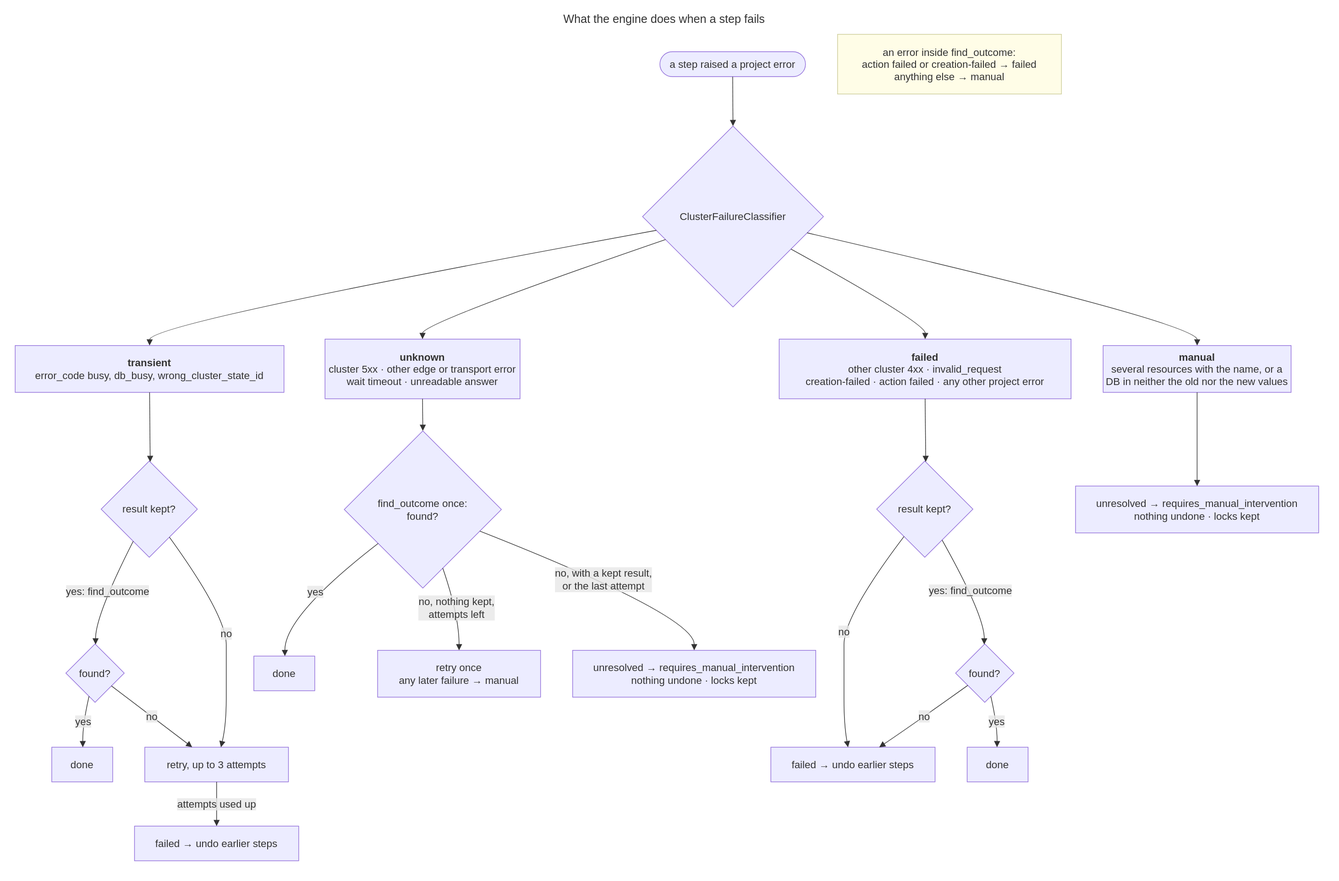
EliShteinman/redis-enterprise-services keeps this draw.io diagram as docs/diagrams/14-flow-failure-classification.drawio.svg. Above is the earlier version. Source tidied: cells renumbered, new cells last; positions are measured from the earlier drawing's top-left corner, leaving out a move shared by most shapes.
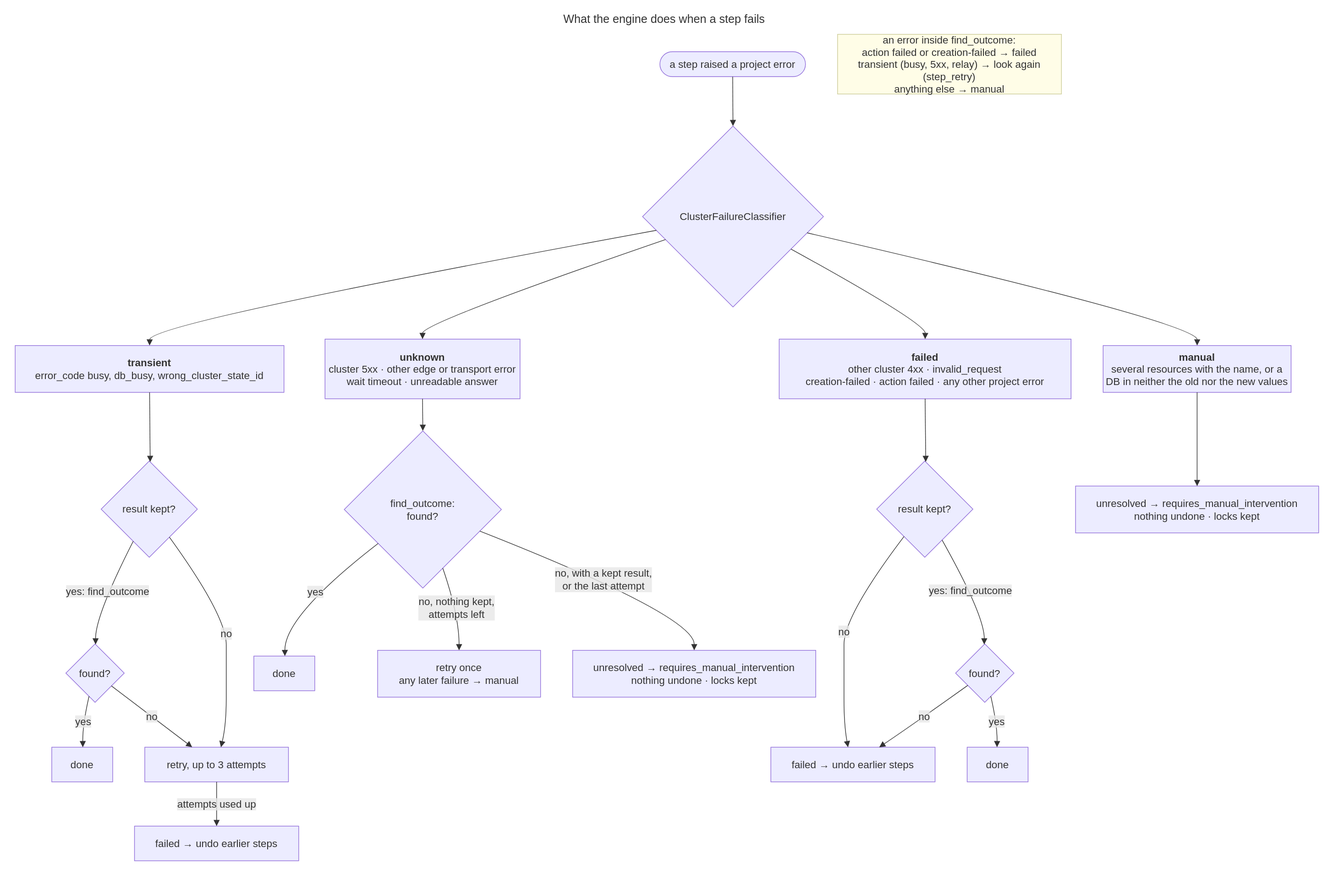
The same diagram one commit later.

Commit message:
docs(diagrams): the outcome lookup runs again after a transient error

What changed in the source:
```diff
@@ -47,7 +47,7 @@
     <mxCell id="16" value="done" style="html=1;whiteSpace=wrap;strokeWidth=1;fillColor=light-dark(#ECECFF,#1f2020);strokeColor=light-dark(#9370DB,#cccccc);fontColor=light-dark(#333333,#cccccc);fontFamily=Trebuchet MS,Verdana,Arial,sans-serif;fontSize=16;" parent="1" vertex="1">
       <mxGeometry x="1492" y="1149" width="95" height="54" as="geometry" />
     </mxCell>
-    <mxCell id="17" value="find_outcome once:&#10;found?" style="rhombus;html=1;strokeWidth=1;whiteSpace=wrap;fillColor=light-dark(#ECECFF,#1f2020);strokeColor=light-dark(#9370DB,#cccccc);fontColor=light-dark(#333333,#cccccc);fontFamily=Trebuchet MS,Verdana,Arial,sans-serif;fontSize=16;" parent="1" vertex="1">
+    <mxCell id="17" value="find_outcome:&#10;found?" style="rhombus;html=1;strokeWidth=1;whiteSpace=wrap;fillColor=light-dark(#ECECFF,#1f2020);strokeColor=light-dark(#9370DB,#cccccc);fontColor=light-dark(#333333,#cccccc);fontFamily=Trebuchet MS,Verdana,Arial,sans-serif;fontSize=16;" parent="1" vertex="1">
       <mxGeometry x="521" y="656" width="245" height="245" as="geometry" />
     </mxCell>
     <mxCell id="18" value="done" style="html=1;whiteSpace=wrap;strokeWidth=1;fillColor=light-dark(#ECECFF,#1f2020);strokeColor=light-dark(#9370DB,#cccccc);fontColor=light-dark(#333333,#cccccc);fontFamily=Trebuchet MS,Verdana,Arial,sans-serif;fontSize=16;" parent="1" vertex="1">
@@ -62,7 +62,7 @@
     <mxCell id="21" value="unresolved → requires_manual_intervention&#10;nothing undone · locks kept" style="html=1;whiteSpace=wrap;strokeWidth=1;fillColor=light-dark(#ECECFF,#1f2020);strokeColor=light-dark(#9370DB,#cccccc);fontColor=light-dark(#333333,#cccccc);fontFamily=Trebuchet MS,Verdana,Arial,sans-serif;fontSize=16;" parent="1" vertex="1">
       <mxGeometry x="1661" y="742" width="379" height="73" as="geometry" />
     </mxCell>
-    <mxCell id="22" value="an error inside find_outcome:&#10;action failed or creation-failed → failed&#10;anything else → manual" style="html=1;whiteSpace=wrap;strokeWidth=1;fillColor=#fffde7;strokeColor=#cccc99;fontColor=light-dark(#333333,#cccccc);fontFamily=Trebuchet MS,Verdana,Arial,sans-serif;fontSize=16;" parent="1" vertex="1">
+    <mxCell id="22" value="an error inside find_outcome:&#10;action failed or creation-failed → failed&#10;transient (busy, 5xx, relay) → look again (step_retry)&#10;anything else → manual" style="html=1;whiteSpace=wrap;strokeWidth=1;fillColor=#fffde7;strokeColor=#cccc99;fontColor=light-dark(#333333,#cccccc);fontFamily=Trebuchet MS,Verdana,Arial,sans-serif;fontSize=16;" parent="1" vertex="1">
       <mxGeometry x="1290" y="38" width="349" height="93" as="geometry" />
     </mxCell>
     <mxCell id="23" style="curved=1;startArrow=none;endArrow=block;endSize=7;strokeColor=light-dark(#333333,#cccccc);exitX=0.5;exitY=1;entryX=0.5;entryY=0;" parent="1" edge="1" source="2" target="3">
```
